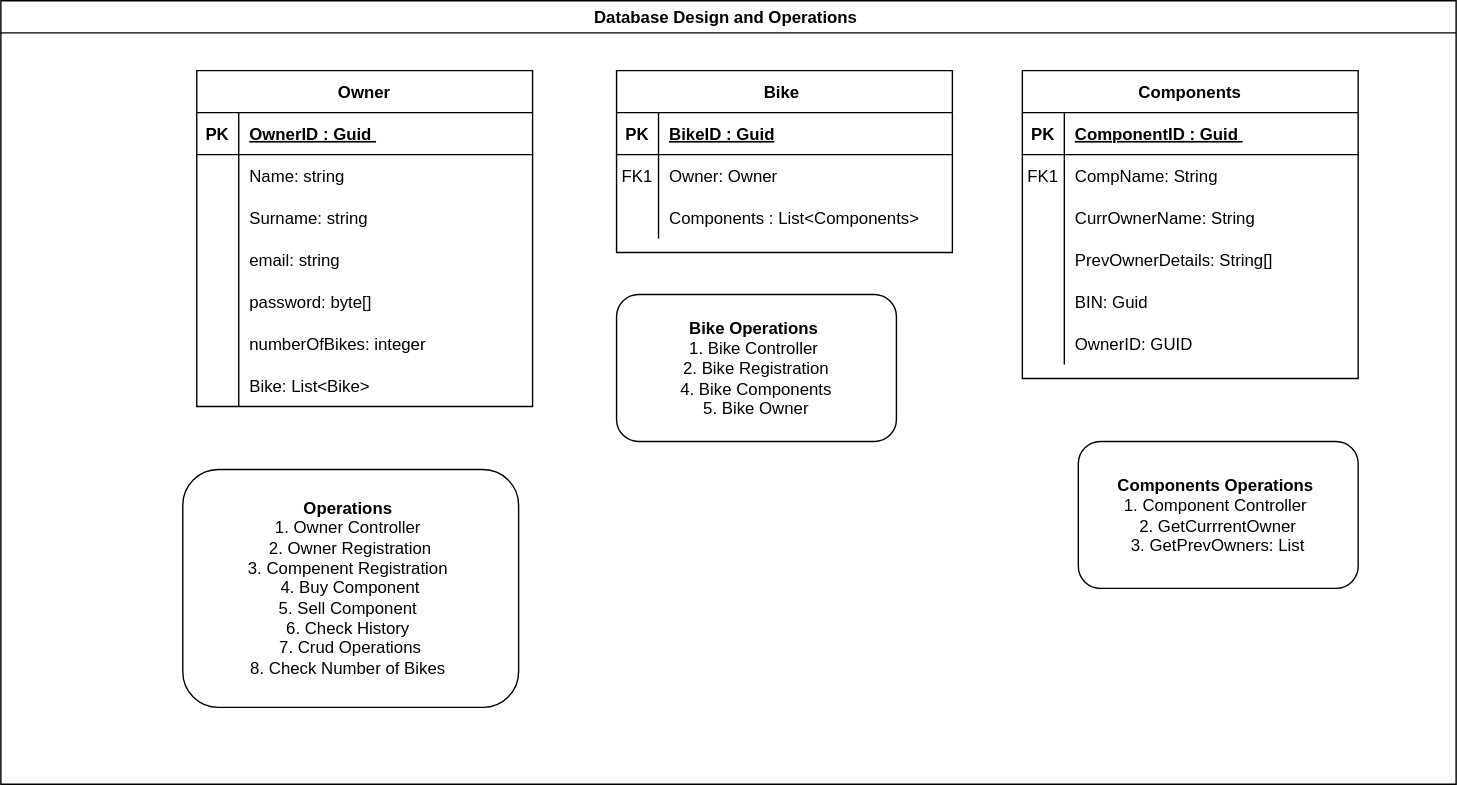
Before: tracing-db.drawio.svg, a diagram exported from draw.io (elias-pitsi/Microbility-tracing). Source tidied: cells renumbered, new cells last; positions are measured from the earlier drawing's top-left corner, leaving out a move shared by most shapes. Source of this version:
```xml
<mxGraphModel>
  <root>
    <mxCell id="0" />
    <mxCell id="1" parent="0" />
    <mxCell id="2" value="Bike " style="shape=table;startSize=30;rowLines=0;fontStyle=1;align=center;" parent="1" vertex="1">
      <mxGeometry x="440" y="50" width="240" height="130" as="geometry" />
    </mxCell>
    <mxCell id="3" style="shape=partialRectangle;fillColor=none;top=0;left=0;right=0;bottom=1;" parent="2" vertex="1">
      <mxGeometry y="30" width="240" height="30" as="geometry" />
    </mxCell>
    <mxCell id="4" value="PK" style="shape=partialRectangle;overflow=hidden;fillColor=none;top=0;left=0;bottom=0;right=0;fontStyle=1;" parent="3" vertex="1">
      <mxGeometry width="30" height="30" as="geometry" />
    </mxCell>
    <mxCell id="5" value="BikeID : Guid" style="shape=partialRectangle;overflow=hidden;fillColor=none;top=0;left=0;bottom=0;right=0;align=left;spacingLeft=6;fontStyle=5;" parent="3" vertex="1">
      <mxGeometry x="30" width="210" height="30" as="geometry" />
    </mxCell>
    <mxCell id="6" style="shape=partialRectangle;fillColor=none;top=0;left=0;right=0;bottom=0;" parent="2" vertex="1">
      <mxGeometry y="60" width="240" height="30" as="geometry" />
    </mxCell>
    <mxCell id="7" value="FK1" style="shape=partialRectangle;overflow=hidden;fillColor=none;top=0;left=0;bottom=0;right=0;" parent="6" vertex="1">
      <mxGeometry width="30" height="30" as="geometry" />
    </mxCell>
    <mxCell id="8" value="Owner: Owner " style="shape=partialRectangle;overflow=hidden;fillColor=none;top=0;left=0;bottom=0;right=0;align=left;spacingLeft=6;" parent="6" vertex="1">
      <mxGeometry x="30" width="210" height="30" as="geometry" />
    </mxCell>
    <mxCell id="9" style="shape=partialRectangle;fillColor=none;top=0;left=0;right=0;bottom=0;" parent="2" vertex="1">
      <mxGeometry y="90" width="240" height="30" as="geometry" />
    </mxCell>
    <mxCell id="10" style="shape=partialRectangle;overflow=hidden;fillColor=none;top=0;left=0;bottom=0;right=0;" parent="9" vertex="1">
      <mxGeometry width="30" height="30" as="geometry" />
    </mxCell>
    <mxCell id="11" value="Components : List&lt;Components&gt;" style="shape=partialRectangle;overflow=hidden;fillColor=none;top=0;left=0;bottom=0;right=0;align=left;spacingLeft=6;" parent="9" vertex="1">
      <mxGeometry x="30" width="210" height="30" as="geometry" />
    </mxCell>
    <mxCell id="12" value="Components" style="shape=table;startSize=30;rowLines=0;fontStyle=1;align=center;" parent="1" vertex="1">
      <mxGeometry x="730" y="50" width="240" height="220" as="geometry" />
    </mxCell>
    <mxCell id="13" style="shape=partialRectangle;fillColor=none;top=0;left=0;right=0;bottom=1;" parent="12" vertex="1">
      <mxGeometry y="30" width="240" height="30" as="geometry" />
    </mxCell>
    <mxCell id="14" value="PK" style="shape=partialRectangle;overflow=hidden;fillColor=none;top=0;left=0;bottom=0;right=0;fontStyle=1;" parent="13" vertex="1">
      <mxGeometry width="30" height="30" as="geometry" />
    </mxCell>
    <mxCell id="15" value="ComponentID : Guid " style="shape=partialRectangle;overflow=hidden;fillColor=none;top=0;left=0;bottom=0;right=0;align=left;spacingLeft=6;fontStyle=5;" parent="13" vertex="1">
      <mxGeometry x="30" width="210" height="30" as="geometry" />
    </mxCell>
    <mxCell id="16" style="shape=partialRectangle;fillColor=none;top=0;left=0;right=0;bottom=0;" parent="12" vertex="1">
      <mxGeometry y="60" width="240" height="30" as="geometry" />
    </mxCell>
    <mxCell id="17" value="FK1" style="shape=partialRectangle;overflow=hidden;fillColor=none;top=0;left=0;bottom=0;right=0;" parent="16" vertex="1">
      <mxGeometry width="30" height="30" as="geometry" />
    </mxCell>
    <mxCell id="18" value="CompName: String " style="shape=partialRectangle;overflow=hidden;fillColor=none;top=0;left=0;bottom=0;right=0;align=left;spacingLeft=6;" parent="16" vertex="1">
      <mxGeometry x="30" width="210" height="30" as="geometry" />
    </mxCell>
    <mxCell id="19" style="shape=partialRectangle;fillColor=none;top=0;left=0;right=0;bottom=0;" parent="12" vertex="1">
      <mxGeometry y="90" width="240" height="30" as="geometry" />
    </mxCell>
    <mxCell id="20" style="shape=partialRectangle;overflow=hidden;fillColor=none;top=0;left=0;bottom=0;right=0;" parent="19" vertex="1">
      <mxGeometry width="30" height="30" as="geometry" />
    </mxCell>
    <mxCell id="21" value="CurrOwnerName: String" style="shape=partialRectangle;overflow=hidden;fillColor=none;top=0;left=0;bottom=0;right=0;align=left;spacingLeft=6;" parent="19" vertex="1">
      <mxGeometry x="30" width="210" height="30" as="geometry" />
    </mxCell>
    <mxCell id="22" style="shape=partialRectangle;fillColor=none;top=0;left=0;right=0;bottom=0;" parent="12" vertex="1">
      <mxGeometry y="120" width="240" height="30" as="geometry" />
    </mxCell>
    <mxCell id="23" style="shape=partialRectangle;overflow=hidden;fillColor=none;top=0;left=0;bottom=0;right=0;" parent="22" vertex="1">
      <mxGeometry width="30" height="30" as="geometry" />
    </mxCell>
    <mxCell id="24" value="PrevOwnerDetails: String[]" style="shape=partialRectangle;overflow=hidden;fillColor=none;top=0;left=0;bottom=0;right=0;align=left;spacingLeft=6;" parent="22" vertex="1">
      <mxGeometry x="30" width="210" height="30" as="geometry" />
    </mxCell>
    <mxCell id="25" style="shape=partialRectangle;fillColor=none;top=0;left=0;right=0;bottom=0;" parent="12" vertex="1">
      <mxGeometry y="150" width="240" height="30" as="geometry" />
    </mxCell>
    <mxCell id="26" style="shape=partialRectangle;overflow=hidden;fillColor=none;top=0;left=0;bottom=0;right=0;" parent="25" vertex="1">
      <mxGeometry width="30" height="30" as="geometry" />
    </mxCell>
    <mxCell id="27" value="BIN: Guid" style="shape=partialRectangle;overflow=hidden;fillColor=none;top=0;left=0;bottom=0;right=0;align=left;spacingLeft=6;" parent="25" vertex="1">
      <mxGeometry x="30" width="210" height="30" as="geometry" />
    </mxCell>
    <mxCell id="28" style="shape=partialRectangle;fillColor=none;top=0;left=0;right=0;bottom=0;" parent="12" vertex="1">
      <mxGeometry y="180" width="240" height="30" as="geometry" />
    </mxCell>
    <mxCell id="29" style="shape=partialRectangle;overflow=hidden;fillColor=none;top=0;left=0;bottom=0;right=0;" parent="28" vertex="1">
      <mxGeometry width="30" height="30" as="geometry" />
    </mxCell>
    <mxCell id="30" value="OwnerID: GUID " style="shape=partialRectangle;overflow=hidden;fillColor=none;top=0;left=0;bottom=0;right=0;align=left;spacingLeft=6;" parent="28" vertex="1">
      <mxGeometry x="30" width="210" height="30" as="geometry" />
    </mxCell>
    <mxCell id="31" value="Owner" style="shape=table;startSize=30;rowLines=0;fontStyle=1;align=center;" parent="1" vertex="1">
      <mxGeometry x="140" y="50" width="240" height="240" as="geometry" />
    </mxCell>
    <mxCell id="32" style="shape=partialRectangle;fillColor=none;top=0;left=0;right=0;bottom=1;" parent="31" vertex="1">
      <mxGeometry y="30" width="240" height="30" as="geometry" />
    </mxCell>
    <mxCell id="33" value="PK" style="shape=partialRectangle;overflow=hidden;fillColor=none;top=0;left=0;bottom=0;right=0;fontStyle=1;" parent="32" vertex="1">
      <mxGeometry width="30" height="30" as="geometry" />
    </mxCell>
    <mxCell id="34" value="OwnerID : Guid " style="shape=partialRectangle;overflow=hidden;fillColor=none;top=0;left=0;bottom=0;right=0;align=left;spacingLeft=6;fontStyle=5;" parent="32" vertex="1">
      <mxGeometry x="30" width="210" height="30" as="geometry" />
    </mxCell>
    <mxCell id="35" style="shape=partialRectangle;fillColor=none;top=0;left=0;right=0;bottom=0;" parent="31" vertex="1">
      <mxGeometry y="60" width="240" height="30" as="geometry" />
    </mxCell>
    <mxCell id="36" style="shape=partialRectangle;overflow=hidden;fillColor=none;top=0;left=0;bottom=0;right=0;" parent="35" vertex="1">
      <mxGeometry width="30" height="30" as="geometry" />
    </mxCell>
    <mxCell id="37" value="Name: string " style="shape=partialRectangle;overflow=hidden;fillColor=none;top=0;left=0;bottom=0;right=0;align=left;spacingLeft=6;" parent="35" vertex="1">
      <mxGeometry x="30" width="210" height="30" as="geometry" />
    </mxCell>
    <mxCell id="38" style="shape=partialRectangle;fillColor=none;top=0;left=0;right=0;bottom=0;" parent="31" vertex="1">
      <mxGeometry y="90" width="240" height="30" as="geometry" />
    </mxCell>
    <mxCell id="39" style="shape=partialRectangle;overflow=hidden;fillColor=none;top=0;left=0;bottom=0;right=0;" parent="38" vertex="1">
      <mxGeometry width="30" height="30" as="geometry" />
    </mxCell>
    <mxCell id="40" value="Surname: string" style="shape=partialRectangle;overflow=hidden;fillColor=none;top=0;left=0;bottom=0;right=0;align=left;spacingLeft=6;" parent="38" vertex="1">
      <mxGeometry x="30" width="210" height="30" as="geometry" />
    </mxCell>
    <mxCell id="41" style="shape=partialRectangle;fillColor=none;top=0;left=0;right=0;bottom=0;" parent="31" vertex="1">
      <mxGeometry y="120" width="240" height="30" as="geometry" />
    </mxCell>
    <mxCell id="42" style="shape=partialRectangle;overflow=hidden;fillColor=none;top=0;left=0;bottom=0;right=0;" parent="41" vertex="1">
      <mxGeometry width="30" height="30" as="geometry" />
    </mxCell>
    <mxCell id="43" value="email: string" style="shape=partialRectangle;overflow=hidden;fillColor=none;top=0;left=0;bottom=0;right=0;align=left;spacingLeft=6;" parent="41" vertex="1">
      <mxGeometry x="30" width="210" height="30" as="geometry" />
    </mxCell>
    <mxCell id="44" style="shape=partialRectangle;fillColor=none;top=0;left=0;right=0;bottom=0;" parent="31" vertex="1">
      <mxGeometry y="150" width="240" height="30" as="geometry" />
    </mxCell>
    <mxCell id="45" style="shape=partialRectangle;overflow=hidden;fillColor=none;top=0;left=0;bottom=0;right=0;" parent="44" vertex="1">
      <mxGeometry width="30" height="30" as="geometry" />
    </mxCell>
    <mxCell id="46" value="password: byte[]" style="shape=partialRectangle;overflow=hidden;fillColor=none;top=0;left=0;bottom=0;right=0;align=left;spacingLeft=6;" parent="44" vertex="1">
      <mxGeometry x="30" width="210" height="30" as="geometry" />
    </mxCell>
    <mxCell id="47" style="shape=partialRectangle;fillColor=none;top=0;left=0;right=0;bottom=0;" parent="31" vertex="1">
      <mxGeometry y="180" width="240" height="30" as="geometry" />
    </mxCell>
    <mxCell id="48" style="shape=partialRectangle;overflow=hidden;fillColor=none;top=0;left=0;bottom=0;right=0;" parent="47" vertex="1">
      <mxGeometry width="30" height="30" as="geometry" />
    </mxCell>
    <mxCell id="49" value="numberOfBikes: integer " style="shape=partialRectangle;overflow=hidden;fillColor=none;top=0;left=0;bottom=0;right=0;align=left;spacingLeft=6;" parent="47" vertex="1">
      <mxGeometry x="30" width="210" height="30" as="geometry" />
    </mxCell>
    <mxCell id="50" style="shape=partialRectangle;fillColor=none;top=0;left=0;right=0;bottom=0;" parent="31" vertex="1">
      <mxGeometry y="210" width="240" height="30" as="geometry" />
    </mxCell>
    <mxCell id="51" style="shape=partialRectangle;overflow=hidden;fillColor=none;top=0;left=0;bottom=0;right=0;" parent="50" vertex="1">
      <mxGeometry width="30" height="30" as="geometry" />
    </mxCell>
    <mxCell id="52" value="Bike: List&lt;Bike&gt;" style="shape=partialRectangle;overflow=hidden;fillColor=none;top=0;left=0;bottom=0;right=0;align=left;spacingLeft=6;" parent="50" vertex="1">
      <mxGeometry x="30" width="210" height="30" as="geometry" />
    </mxCell>
    <mxCell id="53" value="&lt;br&gt;" style="text;html=1;align=center;verticalAlign=middle;strokeColor=none;fillColor=none;" parent="1" vertex="1">
      <mxGeometry x="180" y="405" width="20" height="30" as="geometry" />
    </mxCell>
    <mxCell id="54" value="&lt;b&gt;Operations&amp;nbsp;&lt;br&gt;&lt;/b&gt;1. Owner Controller&amp;nbsp;&lt;br&gt;2. Owner Registration&lt;br&gt;3. Compenent Registration&amp;nbsp;&lt;br&gt;4. Buy Component&lt;br&gt;5. Sell Component&amp;nbsp;&lt;br&gt;6. Check History&amp;nbsp;&lt;br&gt;7. Crud Operations&lt;br&gt;8. Check Number of Bikes&amp;nbsp;" style="rounded=1;whiteSpace=wrap;html=1;" parent="1" vertex="1">
      <mxGeometry x="130" y="335" width="240" height="170" as="geometry" />
    </mxCell>
    <mxCell id="55" value="&lt;b&gt;Bike Operations&amp;nbsp;&lt;br&gt;&lt;/b&gt;1. Bike Controller&amp;nbsp;&lt;br&gt;2. Bike Registration&lt;br&gt;4. Bike Components&lt;br&gt;5. Bike Owner" style="rounded=1;whiteSpace=wrap;html=1;" parent="1" vertex="1">
      <mxGeometry x="440" y="210" width="200" height="105" as="geometry" />
    </mxCell>
    <mxCell id="56" value="&lt;b&gt;Components Operations&amp;nbsp;&lt;br&gt;&lt;/b&gt;1. Component Controller&amp;nbsp;&lt;br&gt;2. GetCurrrentOwner&lt;br&gt;3. GetPrevOwners: List" style="rounded=1;whiteSpace=wrap;html=1;" parent="1" vertex="1">
      <mxGeometry x="770" y="315" width="200" height="105" as="geometry" />
    </mxCell>
    <mxCell id="57" value="Database Design and Operations " style="swimlane;" parent="1" vertex="1">
      <mxGeometry width="1040" height="560" as="geometry" />
    </mxCell>
  </root>
</mxGraphModel>
```
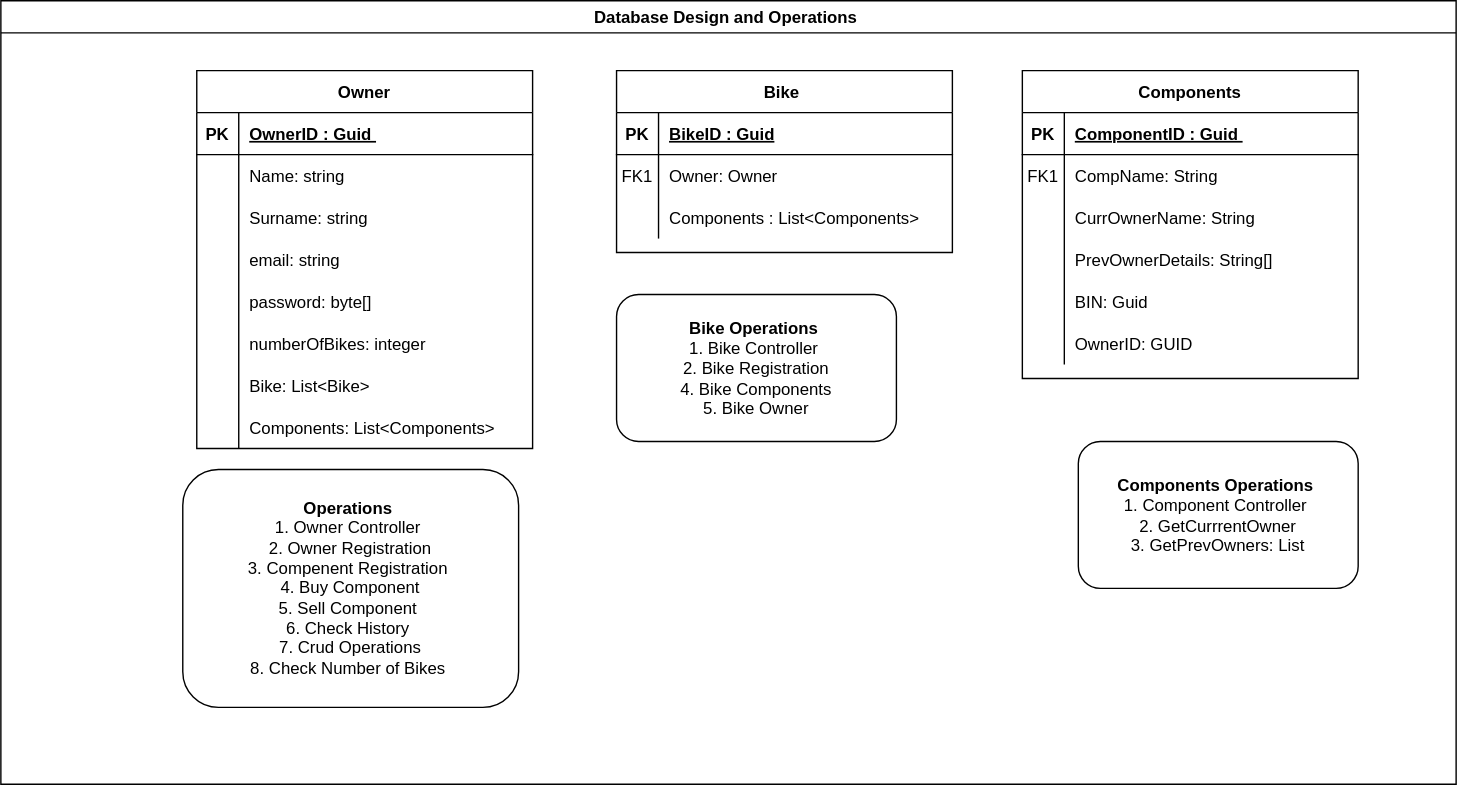
After the change.

What changed in the source:
```diff
@@ -90,7 +90,7 @@
       <mxGeometry x="30" width="210" height="30" as="geometry" />
     </mxCell>
     <mxCell id="31" value="Owner" style="shape=table;startSize=30;rowLines=0;fontStyle=1;align=center;" parent="1" vertex="1">
-      <mxGeometry x="140" y="50" width="240" height="240" as="geometry" />
+      <mxGeometry x="140" y="50" width="240" height="270" as="geometry" />
     </mxCell>
     <mxCell id="32" style="shape=partialRectangle;fillColor=none;top=0;left=0;right=0;bottom=1;" parent="31" vertex="1">
       <mxGeometry y="30" width="240" height="30" as="geometry" />
@@ -155,6 +155,15 @@
     <mxCell id="52" value="Bike: List&lt;Bike&gt;" style="shape=partialRectangle;overflow=hidden;fillColor=none;top=0;left=0;bottom=0;right=0;align=left;spacingLeft=6;" parent="50" vertex="1">
       <mxGeometry x="30" width="210" height="30" as="geometry" />
     </mxCell>
+    <mxCell id="58" style="shape=partialRectangle;fillColor=none;top=0;left=0;right=0;bottom=0;" parent="31" vertex="1">
+      <mxGeometry y="240" width="240" height="30" as="geometry" />
+    </mxCell>
+    <mxCell id="59" style="shape=partialRectangle;overflow=hidden;fillColor=none;top=0;left=0;bottom=0;right=0;" parent="58" vertex="1">
+      <mxGeometry width="30" height="30" as="geometry" />
+    </mxCell>
+    <mxCell id="60" value="Components: List&lt;Components&gt;" style="shape=partialRectangle;overflow=hidden;fillColor=none;top=0;left=0;bottom=0;right=0;align=left;spacingLeft=6;" parent="58" vertex="1">
+      <mxGeometry x="30" width="210" height="30" as="geometry" />
+    </mxCell>
     <mxCell id="53" value="&lt;br&gt;" style="text;html=1;align=center;verticalAlign=middle;strokeColor=none;fillColor=none;" parent="1" vertex="1">
       <mxGeometry x="180" y="405" width="20" height="30" as="geometry" />
     </mxCell>
```
